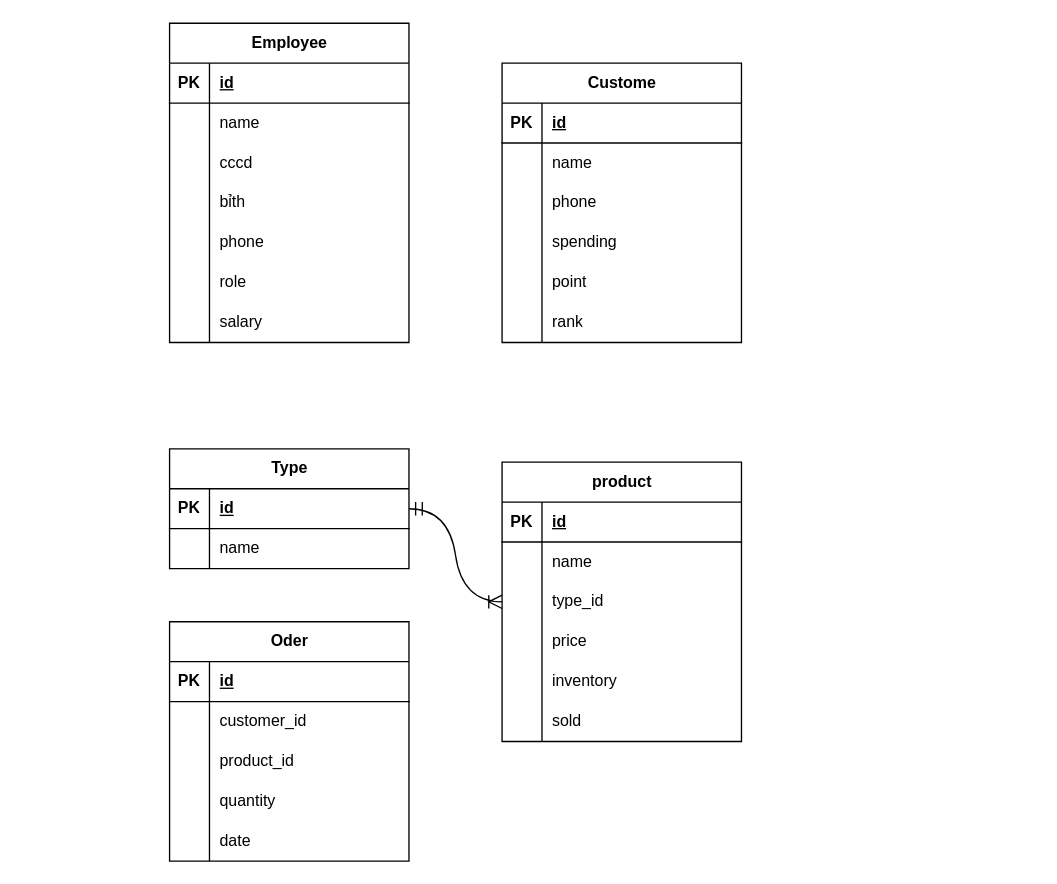
Earlier version of the draw.io diagram DataBase.drawio (LONGDKZdev/Flowchart). Source tidied: cells renumbered, new cells numbered last; positions are measured from the earlier drawing's top-left corner, leaving out a move shared by most shapes. Both pictures are drawn from the tidied source at 133%, with x=0, y=0 at pixel (169, 23).
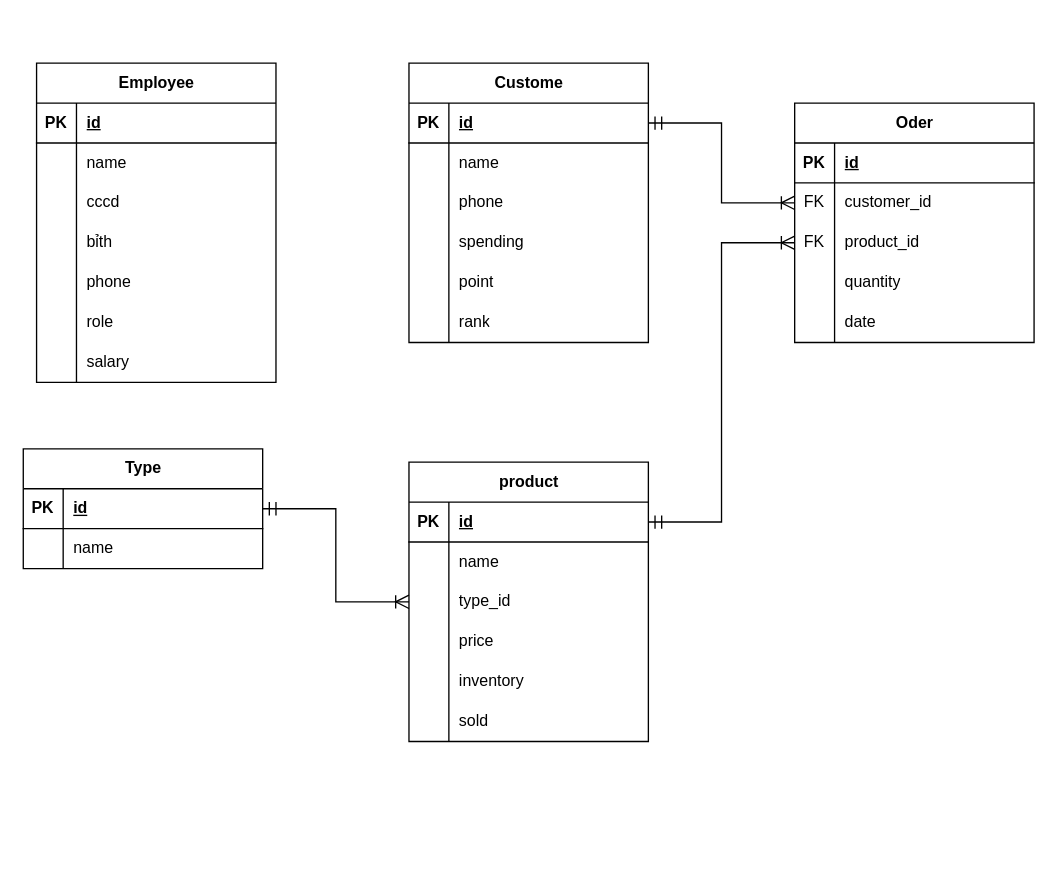
After the change.

The change refers to these unchanged cells:
```xml
<mxCell id="25" style="shape=tableRow;horizontal=0;startSize=0;swimlaneHead=0;swimlaneBody=0;fillColor=none;points=[[0,0.5],[1,0.5]];portConstraint=eastwest;top=0;left=0;right=0;bottom=1;" parent="24" vertex="1">
  <mxGeometry y="30" width="180" height="30" as="geometry" />
</mxCell>
<mxCell id="44" style="shape=tableRow;horizontal=0;startSize=0;swimlaneHead=0;swimlaneBody=0;fillColor=none;points=[[0,0.5],[1,0.5]];portConstraint=eastwest;top=0;left=0;right=0;bottom=1;" parent="43" vertex="1">
  <mxGeometry y="30" width="180" height="30" as="geometry" />
</mxCell>
<mxCell id="50" style="shape=tableRow;horizontal=0;startSize=0;swimlaneHead=0;swimlaneBody=0;fillColor=none;points=[[0,0.5],[1,0.5]];portConstraint=eastwest;top=0;left=0;right=0;bottom=0;" parent="43" vertex="1">
  <mxGeometry y="90" width="180" height="30" as="geometry" />
</mxCell>
<mxCell id="63" style="shape=tableRow;horizontal=0;startSize=0;swimlaneHead=0;swimlaneBody=0;fillColor=none;points=[[0,0.5],[1,0.5]];portConstraint=eastwest;top=0;left=0;right=0;bottom=1;" parent="62" vertex="1">
  <mxGeometry y="30" width="180" height="30" as="geometry" />
</mxCell>
<mxCell id="74" style="shape=tableRow;horizontal=0;startSize=0;swimlaneHead=0;swimlaneBody=0;fillColor=none;points=[[0,0.5],[1,0.5]];portConstraint=eastwest;top=0;left=0;right=0;bottom=0;" parent="70" vertex="1">
  <mxGeometry y="60" width="180" height="30" as="geometry" />
</mxCell>
<mxCell id="77" style="shape=tableRow;horizontal=0;startSize=0;swimlaneHead=0;swimlaneBody=0;fillColor=none;points=[[0,0.5],[1,0.5]];portConstraint=eastwest;top=0;left=0;right=0;bottom=0;" parent="70" vertex="1">
  <mxGeometry y="90" width="180" height="30" as="geometry" />
</mxCell>
```

What changed in the source:
```diff
@@
     <mxCell id="2" value="Employee" style="shape=table;startSize=30;childLayout=tableLayout;rowLines=0;fontStyle=1;align=center;html=1;" parent="1" vertex="1">
-      <mxGeometry width="180" height="240" as="geometry" />
+      <mxGeometry x="-100" y="30" width="180" height="240" as="geometry" />
     </mxCell>
@@
     <mxCell id="24" value="Custome" style="shape=table;startSize=30;childLayout=tableLayout;rowLines=0;fontStyle=1;align=center;html=1;" parent="1" vertex="1">
-      <mxGeometry x="250" y="30" width="180" height="210" as="geometry" />
+      <mxGeometry x="180" y="30" width="180" height="210" as="geometry" />
     </mxCell>
@@
     <mxCell id="43" value="product" style="shape=table;startSize=30;childLayout=tableLayout;rowLines=0;fontStyle=1;align=center;html=1;" parent="1" vertex="1">
-      <mxGeometry x="250" y="330" width="180" height="210" as="geometry" />
+      <mxGeometry x="180" y="330" width="180" height="210" as="geometry" />
     </mxCell>
@@
     <mxCell id="62" value="Type" style="shape=table;startSize=30;childLayout=tableLayout;rowLines=0;fontStyle=1;align=center;html=1;" parent="1" vertex="1">
-      <mxGeometry y="320" width="180" height="90" as="geometry" />
+      <mxGeometry x="-110" y="320" width="180" height="90" as="geometry" />
     </mxCell>
@@
-    <mxCell id="69" style="edgeStyle=entityRelationEdgeStyle;fontSize=12;html=1;endArrow=ERmandOne;rounded=0;startSize=8;endSize=8;curved=1;entryX=1;entryY=0.5;entryDx=0;entryDy=0;exitX=0;exitY=0.5;exitDx=0;exitDy=0;startArrow=ERoneToMany;startFill=0;" parent="1" edge="1" source="50" target="63">
+    <mxCell id="69" style="edgeStyle=orthogonalEdgeStyle;fontSize=12;html=1;endArrow=ERmandOne;rounded=0;startSize=8;endSize=8;entryX=1;entryY=0.5;entryDx=0;entryDy=0;exitX=0;exitY=0.5;exitDx=0;exitDy=0;startArrow=ERoneToMany;startFill=0;" parent="1" edge="1" source="50" target="63">
       <mxGeometry relative="1" as="geometry" />
     </mxCell>
     <mxCell id="70" value="Oder" style="shape=table;startSize=30;childLayout=tableLayout;rowLines=0;fontStyle=1;align=center;html=1;" parent="1" vertex="1">
-      <mxGeometry y="450" width="180" height="180" as="geometry" />
+      <mxGeometry x="470" y="60" width="180" height="180" as="geometry" />
     </mxCell>
@@
-    <mxCell id="75" style="shape=partialRectangle;fillColor=none;top=0;left=0;bottom=0;right=0;overflow=hidden;whiteSpace=wrap;html=1;" parent="74" vertex="1">
+    <mxCell id="75" value="FK" style="shape=partialRectangle;fillColor=none;top=0;left=0;bottom=0;right=0;overflow=hidden;whiteSpace=wrap;html=1;" parent="74" vertex="1">
       <mxGeometry width="30" height="30" as="geometry" />
     </mxCell>
@@
-    <mxCell id="78" style="shape=partialRectangle;fillColor=none;top=0;left=0;bottom=0;right=0;overflow=hidden;whiteSpace=wrap;html=1;" parent="77" vertex="1">
+    <mxCell id="78" value="FK" style="shape=partialRectangle;fillColor=none;top=0;left=0;bottom=0;right=0;overflow=hidden;whiteSpace=wrap;html=1;" parent="77" vertex="1">
       <mxGeometry width="30" height="30" as="geometry" />
     </mxCell>
@@
+    <mxCell id="86" style="edgeStyle=orthogonalEdgeStyle;rounded=0;jettySize=auto;html=1;entryX=0;entryY=0.5;entryDx=0;entryDy=0;fontSize=12;startSize=8;endSize=8;exitX=1;exitY=0.5;exitDx=0;exitDy=0;startArrow=ERmandOne;startFill=0;endArrow=ERoneToMany;endFill=0;" parent="1" edge="1" source="25" target="74">
+      <mxGeometry relative="1" as="geometry" />
+    </mxCell>
+    <mxCell id="87" style="edgeStyle=orthogonalEdgeStyle;rounded=0;jettySize=auto;html=1;exitX=1;exitY=0.5;exitDx=0;exitDy=0;entryX=0;entryY=0.5;entryDx=0;entryDy=0;fontFamily=Helvetica;fontSize=12;fontColor=default;startSize=8;endSize=8;endArrow=ERoneToMany;endFill=0;startArrow=ERmandOne;startFill=0;" parent="1" edge="1" source="44" target="77">
+      <mxGeometry relative="1" as="geometry" />
+    </mxCell>
```
